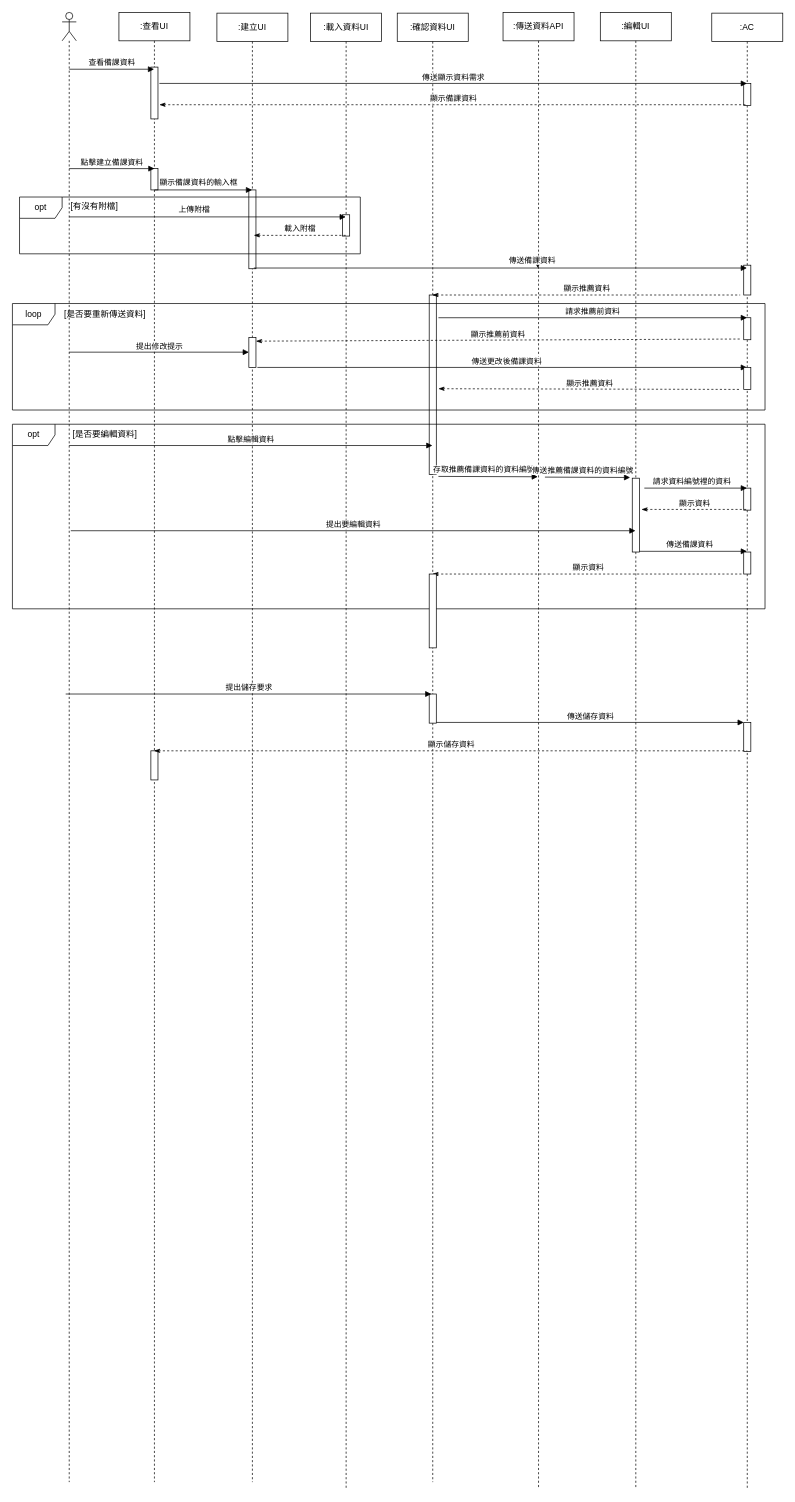
Before: 循序圖(建立備課資料-UI)-new.drawio in Kevincheng0804/System-analysis, a draw.io diagram. Source tidied: cells renumbered, new cells numbered last; positions are measured from the earlier drawing's top-left corner, leaving out a move shared by most shapes. Both pictures are drawn from the tidied source at 71%, with x=0, y=0 at pixel (12, 12).
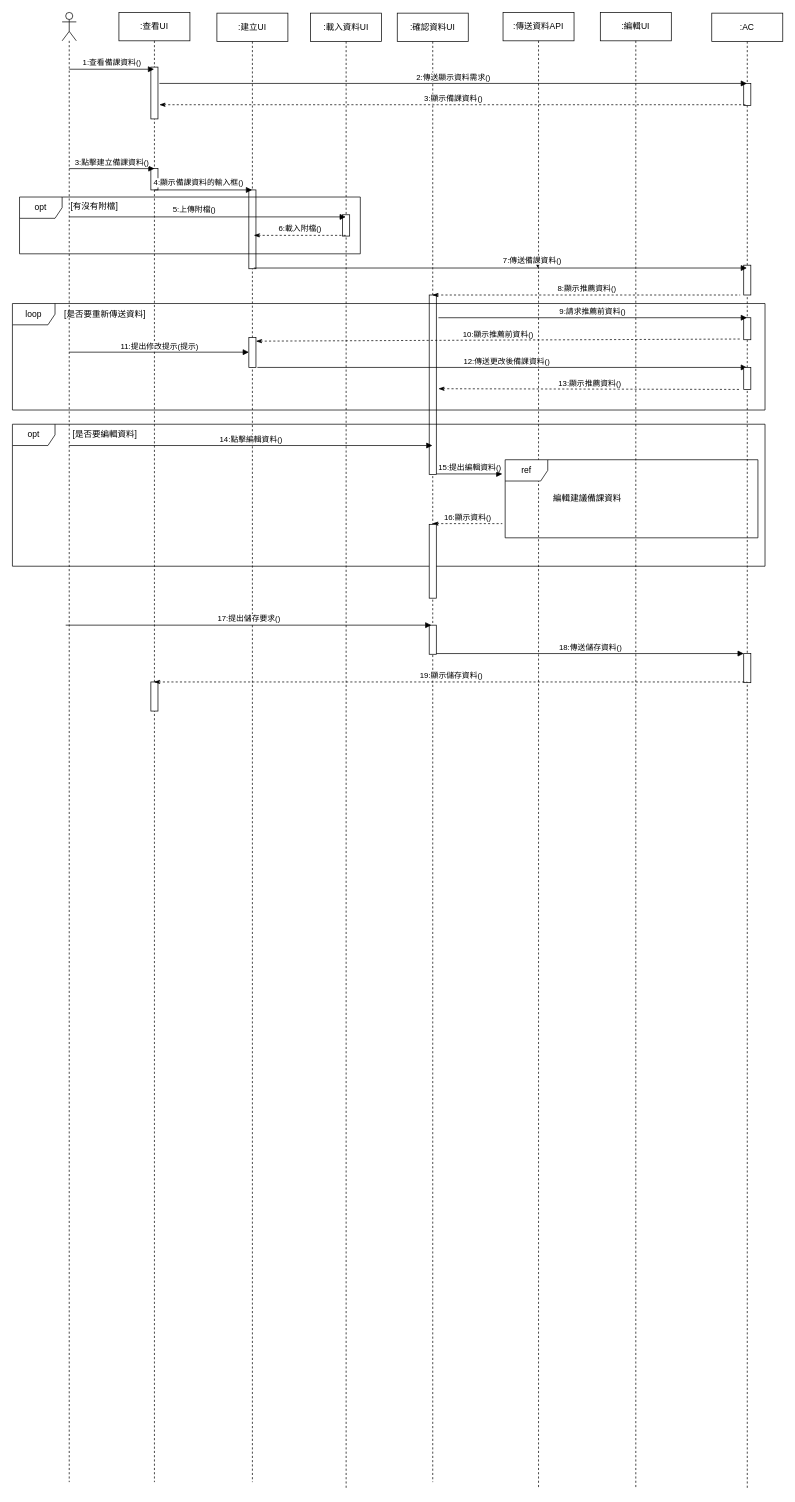
After the change.

Commit message (it also covers changes not shown here):
更新循序圖(建立備課資料-UI)-new.drawio

Unchanged cells that the change refers to:
```xml
<mxCell id="3" value=":查看UI" style="shape=umlLifeline;perimeter=lifelinePerimeter;whiteSpace=wrap;html=1;outlineConnect=0;portConstraint=eastwest;newEdgeStyle={&quot;curved&quot;:0,&quot;rounded&quot;:0};" parent="1" vertex="1">
  <mxGeometry x="150" width="100" height="2070" as="geometry" />
</mxCell>
<mxCell id="9" value=":確認資料UI" style="shape=umlLifeline;perimeter=lifelinePerimeter;whiteSpace=wrap;html=1;outlineConnect=0;portConstraint=eastwest;newEdgeStyle={&quot;curved&quot;:0,&quot;rounded&quot;:0};" parent="1" vertex="1">
  <mxGeometry x="542" y="1" width="100" height="2069" as="geometry" />
</mxCell>
<mxCell id="12" value=":編輯UI" style="shape=umlLifeline;perimeter=lifelinePerimeter;whiteSpace=wrap;html=1;outlineConnect=0;portConstraint=eastwest;newEdgeStyle={&quot;curved&quot;:0,&quot;rounded&quot;:0};" parent="1" vertex="1">
  <mxGeometry x="828" width="100" height="2080" as="geometry" />
</mxCell>
<mxCell id="15" value=":AC" style="shape=umlLifeline;perimeter=lifelinePerimeter;whiteSpace=wrap;html=1;outlineConnect=0;portConstraint=eastwest;newEdgeStyle={&quot;curved&quot;:0,&quot;rounded&quot;:0};" parent="1" vertex="1">
  <mxGeometry x="985" y="1" width="100" height="2079" as="geometry" />
</mxCell>
<mxCell id="25" style="html=1;verticalAlign=bottom;endArrow=block;curved=0;rounded=0;" parent="1" edge="1">
  <mxGeometry relative="1" as="geometry">
    <mxPoint x="200" y="250" as="sourcePoint" />
    <mxPoint x="337.5" y="250" as="targetPoint" />
  </mxGeometry>
</mxCell>
<mxCell id="31" value="&lt;div&gt;&lt;br&gt;&lt;/div&gt;&lt;div&gt;&lt;br&gt;&lt;/div&gt;" style="html=1;verticalAlign=bottom;endArrow=block;curved=0;rounded=0;" parent="1" edge="1" target="27">
  <mxGeometry relative="1" as="geometry">
    <mxPoint x="80" y="288" as="sourcePoint" />
  </mxGeometry>
</mxCell>
<mxCell id="34" style="html=1;verticalAlign=bottom;endArrow=block;curved=0;rounded=0;" parent="1" edge="1">
  <mxGeometry relative="1" as="geometry">
    <mxPoint x="740" y="356" as="sourcePoint" />
    <mxPoint x="740" y="360" as="targetPoint" />
  </mxGeometry>
</mxCell>
<mxCell id="40" style="html=1;points=[[0,0,0,0,5],[0,1,0,0,-5],[1,0,0,0,5],[1,1,0,0,-5]];perimeter=orthogonalPerimeter;outlineConnect=0;targetShapes=umlLifeline;portConstraint=eastwest;newEdgeStyle={&quot;curved&quot;:0,&quot;rounded&quot;:0};" parent="1" vertex="1">
  <mxGeometry x="333" y="458" width="10" height="42" as="geometry" />
</mxCell>
<mxCell id="41" style="html=1;verticalAlign=bottom;endArrow=block;curved=0;rounded=0;" parent="1" edge="1" target="15">
  <mxGeometry relative="1" as="geometry">
    <mxPoint x="345" y="500" as="sourcePoint" />
  </mxGeometry>
</mxCell>
```

Diff of the diagram source:
```diff
@@
     <mxCell id="6" style="html=1;perimeter=orthogonalPerimeter;targetShapes=umlLifeline;newEdgeStyle={&quot;curved&quot;:0,&quot;rounded&quot;:0};" parent="3" vertex="1">
-      <mxGeometry x="45" y="1040" width="10" height="41" as="geometry" />
+      <mxGeometry x="45" y="943" width="10" height="41" as="geometry" />
     </mxCell>
@@
     <mxCell id="11" style="html=1;perimeter=orthogonalPerimeter;targetShapes=umlLifeline;newEdgeStyle={&quot;curved&quot;:0,&quot;rounded&quot;:0};" parent="9" vertex="1">
-      <mxGeometry x="45" y="959" width="10" height="41" as="geometry" />
+      <mxGeometry x="45" y="862" width="10" height="41" as="geometry" />
     </mxCell>
@@
-    <mxCell id="13" style="html=1;perimeter=orthogonalPerimeter;targetShapes=umlLifeline;newEdgeStyle={&quot;curved&quot;:0,&quot;rounded&quot;:0};" parent="12" vertex="1">
-      <mxGeometry x="45" y="656" width="10" height="104" as="geometry" />
-    </mxCell>
@@
-    <mxCell id="19" style="html=1;perimeter=orthogonalPerimeter;targetShapes=umlLifeline;newEdgeStyle={&quot;curved&quot;:0,&quot;rounded&quot;:0};" parent="15" vertex="1">
-      <mxGeometry x="45" y="669" width="10" height="31" as="geometry" />
-    </mxCell>
     <mxCell id="20" style="html=1;perimeter=orthogonalPerimeter;targetShapes=umlLifeline;newEdgeStyle={&quot;curved&quot;:0,&quot;rounded&quot;:0};" parent="15" vertex="1">
-      <mxGeometry x="45" y="999" width="10" height="41" as="geometry" />
+      <mxGeometry x="45" y="902" width="10" height="41" as="geometry" />
     </mxCell>
-    <mxCell id="21" value="查看備課資料" style="html=1;verticalAlign=bottom;endArrow=block;curved=0;rounded=0;" parent="1" edge="1" target="3">
+    <mxCell id="21" value="1:查看備課資料()" style="html=1;verticalAlign=bottom;endArrow=block;curved=0;rounded=0;" parent="1" edge="1" target="3">
       <mxGeometry relative="1" as="geometry">
         <mxPoint x="80" y="80" as="sourcePoint" />
       </mxGeometry>
     </mxCell>
-    <mxCell id="22" value="傳送顯示資料需求" style="html=1;verticalAlign=bottom;endArrow=block;curved=0;rounded=0;" parent="1" edge="1" target="15">
+    <mxCell id="22" value="2:傳送顯示資料需求()" style="html=1;verticalAlign=bottom;endArrow=block;curved=0;rounded=0;" parent="1" edge="1" target="15">
       <mxGeometry relative="1" as="geometry">
         <mxPoint x="207" y="100" as="sourcePoint" />
       </mxGeometry>
     </mxCell>
-    <mxCell id="23" value="顯示備課資料" style="html=1;verticalAlign=bottom;endArrow=none;curved=0;rounded=0;startArrow=classicThin;startFill=1;endFill=0;dashed=1;" parent="1" edge="1" target="15">
+    <mxCell id="23" value="3:顯示備課資料()" style="html=1;verticalAlign=bottom;endArrow=none;curved=0;rounded=0;startArrow=classicThin;startFill=1;endFill=0;dashed=1;" parent="1" edge="1" target="15">
       <mxGeometry relative="1" as="geometry">
         <mxPoint x="207" y="130" as="sourcePoint" />
       </mxGeometry>
     </mxCell>
-    <mxCell id="24" value="點擊建立備課資料" style="html=1;verticalAlign=bottom;endArrow=block;curved=0;rounded=0;" parent="1" edge="1">
+    <mxCell id="24" value="3:點擊建立備課資料()" style="html=1;verticalAlign=bottom;endArrow=block;curved=0;rounded=0;" parent="1" edge="1">
       <mxGeometry relative="1" as="geometry">
         <mxPoint x="80" y="220" as="sourcePoint" />
         <mxPoint x="200" y="220" as="targetPoint" />
       </mxGeometry>
     </mxCell>
@@
-    <mxCell id="26" value="顯示備課資料的輸入框" style="edgeLabel;html=1;align=center;verticalAlign=middle;" parent="25" vertex="1">
+    <mxCell id="26" value="4:顯示備課資料的輸入框()" style="edgeLabel;html=1;align=center;verticalAlign=middle;" parent="25" vertex="1">
       <mxGeometry x="-0.24" y="1" relative="1" as="geometry">
         <mxPoint x="9" y="-10" as="offset" />
       </mxGeometry>
     </mxCell>
@@
-    <mxCell id="32" value="上傳附檔" style="edgeLabel;html=1;align=center;verticalAlign=middle;" parent="31" vertex="1">
+    <mxCell id="32" value="5:上傳附檔()" style="edgeLabel;html=1;align=center;verticalAlign=middle;" parent="31" vertex="1">
       <mxGeometry x="-0.1" y="3" relative="1" as="geometry">
         <mxPoint y="-8" as="offset" />
       </mxGeometry>
     </mxCell>
-    <mxCell id="33" value="載入附檔" style="html=1;verticalAlign=bottom;endArrow=none;curved=0;rounded=0;startArrow=classicThin;startFill=1;endFill=0;dashed=1;" parent="1" edge="1">
+    <mxCell id="33" value="6:載入附檔()" style="html=1;verticalAlign=bottom;endArrow=none;curved=0;rounded=0;startArrow=classicThin;startFill=1;endFill=0;dashed=1;" parent="1" edge="1">
       <mxGeometry relative="1" as="geometry">
         <mxPoint x="340" y="314" as="sourcePoint" />
         <mxPoint x="470" y="314" as="targetPoint" />
       </mxGeometry>
     </mxCell>
@@
-    <mxCell id="35" value="傳送備課資料" style="edgeLabel;html=1;align=center;verticalAlign=middle;" parent="34" vertex="1">
+    <mxCell id="35" value="7:傳送備課資料()" style="edgeLabel;html=1;align=center;verticalAlign=middle;" parent="34" vertex="1">
       <mxGeometry x="0.04" relative="1" as="geometry">
         <mxPoint x="-9" y="-10" as="offset" />
       </mxGeometry>
     </mxCell>
-    <mxCell id="36" value="顯示推薦資料" style="html=1;verticalAlign=bottom;endArrow=none;curved=0;rounded=0;startArrow=classicThin;startFill=1;endFill=0;dashed=1;" parent="1" edge="1" source="9">
+    <mxCell id="36" value="8:顯示推薦資料()" style="html=1;verticalAlign=bottom;endArrow=none;curved=0;rounded=0;startArrow=classicThin;startFill=1;endFill=0;dashed=1;" parent="1" edge="1" source="9">
       <mxGeometry relative="1" as="geometry">
         <mxPoint x="1025" y="398" as="targetPoint" />
       </mxGeometry>
     </mxCell>
@@
-    <mxCell id="38" value="請求推薦前資料" style="html=1;verticalAlign=bottom;endArrow=block;curved=0;rounded=0;" parent="1" edge="1" target="15">
+    <mxCell id="38" value="9:請求推薦前資料()" style="html=1;verticalAlign=bottom;endArrow=block;curved=0;rounded=0;" parent="1" edge="1" target="15">
       <mxGeometry relative="1" as="geometry">
         <mxPoint x="600" y="430" as="sourcePoint" />
       </mxGeometry>
     </mxCell>
-    <mxCell id="39" value="顯示推薦前資料" style="html=1;verticalAlign=bottom;endArrow=none;curved=0;rounded=0;startArrow=classicThin;startFill=1;endFill=0;dashed=1;exitX=1;exitY=0;exitDx=0;exitDy=5;exitPerimeter=0;" parent="1" edge="1" source="40">
+    <mxCell id="39" value="10:顯示推薦前資料()" style="html=1;verticalAlign=bottom;endArrow=none;curved=0;rounded=0;startArrow=classicThin;startFill=1;endFill=0;dashed=1;exitX=1;exitY=0;exitDx=0;exitDy=5;exitPerimeter=0;" parent="1" edge="1" source="40">
       <mxGeometry relative="1" as="geometry">
         <mxPoint x="1025.5" y="460" as="targetPoint" />
       </mxGeometry>
     </mxCell>
@@
-    <mxCell id="42" value="傳送更改後備課資料" style="edgeLabel;html=1;align=center;verticalAlign=middle;" parent="41" vertex="1">
+    <mxCell id="42" value="12:傳送更改後備課資料()" style="edgeLabel;html=1;align=center;verticalAlign=middle;" parent="41" vertex="1">
       <mxGeometry x="0.04" relative="1" as="geometry">
         <mxPoint x="-9" y="-10" as="offset" />
       </mxGeometry>
     </mxCell>
@@
-    <mxCell id="44" value="提出修改提示" style="html=1;verticalAlign=bottom;endArrow=block;curved=0;rounded=0;" parent="1" edge="1" target="40">
+    <mxCell id="44" value="11:提出修改提示(提示)" style="html=1;verticalAlign=bottom;endArrow=block;curved=0;rounded=0;" parent="1" edge="1" target="40">
       <mxGeometry relative="1" as="geometry">
         <mxPoint x="80" y="478.5" as="sourcePoint" />
       </mxGeometry>
     </mxCell>
@@
-    <mxCell id="46" value="顯示推薦資料" style="html=1;verticalAlign=bottom;endArrow=none;curved=0;rounded=0;startArrow=classicThin;startFill=1;endFill=0;dashed=1;" parent="1" edge="1">
+    <mxCell id="46" value="13:顯示推薦資料()" style="html=1;verticalAlign=bottom;endArrow=none;curved=0;rounded=0;startArrow=classicThin;startFill=1;endFill=0;dashed=1;" parent="1" edge="1">
       <mxGeometry relative="1" as="geometry">
         <mxPoint x="600" y="530" as="sourcePoint" />
         <mxPoint x="1025.5" y="531" as="targetPoint" />
       </mxGeometry>
     </mxCell>
     <mxCell id="47" value="opt" style="shape=umlFrame;whiteSpace=wrap;html=1;" parent="1" vertex="1">
-      <mxGeometry y="580" width="1060" height="260" as="geometry" />
+      <mxGeometry y="580" width="1060" height="200" as="geometry" />
     </mxCell>
@@
-    <mxCell id="49" style="html=1;verticalAlign=bottom;endArrow=block;curved=0;rounded=0;" parent="1" edge="1">
-      <mxGeometry relative="1" as="geometry">
-        <mxPoint x="600" y="653.5" as="sourcePoint" />
-        <mxPoint x="740" y="654" as="targetPoint" />
-      </mxGeometry>
-    </mxCell>
-    <mxCell id="50" value="存取推薦備課資料的資料編號" style="edgeLabel;html=1;align=center;verticalAlign=middle;" parent="49" vertex="1">
-      <mxGeometry x="0.04" relative="1" as="geometry">
-        <mxPoint x="-9" y="-10" as="offset" />
-      </mxGeometry>
-    </mxCell>
@@
-    <mxCell id="52" value="點擊編輯資料" style="html=1;verticalAlign=bottom;endArrow=block;curved=0;rounded=0;" parent="1" edge="1">
+    <mxCell id="52" value="14:點擊編輯資料()" style="html=1;verticalAlign=bottom;endArrow=block;curved=0;rounded=0;" parent="1" edge="1">
       <mxGeometry relative="1" as="geometry">
         <mxPoint x="80" y="610" as="sourcePoint" />
         <mxPoint x="591.5" y="610" as="targetPoint" />
       </mxGeometry>
     </mxCell>
-    <mxCell id="53" style="html=1;verticalAlign=bottom;endArrow=block;curved=0;rounded=0;" parent="1" edge="1">
-      <mxGeometry relative="1" as="geometry">
-        <mxPoint x="750" y="654.5" as="sourcePoint" />
-        <mxPoint x="870" y="655" as="targetPoint" />
-      </mxGeometry>
-    </mxCell>
-    <mxCell id="54" value="傳送推薦備課資料的資料編號" style="edgeLabel;html=1;align=center;verticalAlign=middle;" parent="53" vertex="1">
-      <mxGeometry x="0.04" relative="1" as="geometry">
-        <mxPoint x="-9" y="-10" as="offset" />
-      </mxGeometry>
-    </mxCell>
-    <mxCell id="55" style="html=1;verticalAlign=bottom;endArrow=block;curved=0;rounded=0;" parent="1" edge="1" target="15">
-      <mxGeometry relative="1" as="geometry">
-        <mxPoint x="890" y="670" as="sourcePoint" />
-      </mxGeometry>
-    </mxCell>
-    <mxCell id="56" value="請求資料編號裡的資料" style="edgeLabel;html=1;align=center;verticalAlign=middle;" parent="55" vertex="1">
-      <mxGeometry x="0.04" relative="1" as="geometry">
-        <mxPoint x="-9" y="-10" as="offset" />
-      </mxGeometry>
-    </mxCell>
-    <mxCell id="57" value="顯示資料" style="html=1;verticalAlign=bottom;endArrow=none;curved=0;rounded=0;startArrow=classicThin;startFill=1;endFill=0;dashed=1;" parent="1" edge="1">
-      <mxGeometry relative="1" as="geometry">
-        <mxPoint x="886" y="700" as="sourcePoint" />
-        <mxPoint x="1036" y="700" as="targetPoint" />
-      </mxGeometry>
-    </mxCell>
-    <mxCell id="58" value="提出要編輯資料" style="html=1;verticalAlign=bottom;endArrow=block;curved=0;rounded=0;" parent="1" edge="1" target="12">
-      <mxGeometry relative="1" as="geometry">
-        <mxPoint x="82.2" y="730" as="sourcePoint" />
-      </mxGeometry>
-    </mxCell>
-    <mxCell id="59" style="html=1;verticalAlign=bottom;endArrow=block;curved=0;rounded=0;" parent="1" edge="1" target="15">
-      <mxGeometry relative="1" as="geometry">
-        <mxPoint x="883" y="759" as="sourcePoint" />
-      </mxGeometry>
-    </mxCell>
-    <mxCell id="60" value="傳送備課資料" style="edgeLabel;html=1;align=center;verticalAlign=middle;" parent="59" vertex="1">
-      <mxGeometry x="0.04" relative="1" as="geometry">
-        <mxPoint x="-9" y="-10" as="offset" />
-      </mxGeometry>
-    </mxCell>
-    <mxCell id="61" style="html=1;perimeter=orthogonalPerimeter;targetShapes=umlLifeline;newEdgeStyle={&quot;curved&quot;:0,&quot;rounded&quot;:0};" parent="1" vertex="1">
-      <mxGeometry x="1030" y="760" width="10" height="31" as="geometry" />
-    </mxCell>
-    <mxCell id="62" value="顯示資料" style="html=1;verticalAlign=bottom;endArrow=none;curved=0;rounded=0;startArrow=classicThin;startFill=1;endFill=0;dashed=1;" parent="1" edge="1" source="9">
+    <mxCell id="62" value="16:顯示資料()" style="html=1;verticalAlign=bottom;endArrow=none;curved=0;rounded=0;startArrow=classicThin;startFill=1;endFill=0;dashed=1;" parent="1" edge="1">
       <mxGeometry relative="1" as="geometry">
-        <mxPoint x="1030" y="791" as="targetPoint" />
+        <mxPoint x="591.5" y="720" as="sourcePoint" />
+        <mxPoint x="690" y="720" as="targetPoint" />
       </mxGeometry>
     </mxCell>
     <mxCell id="63" style="html=1;perimeter=orthogonalPerimeter;targetShapes=umlLifeline;newEdgeStyle={&quot;curved&quot;:0,&quot;rounded&quot;:0};" parent="1" vertex="1">
-      <mxGeometry x="587" y="791" width="10" height="104" as="geometry" />
+      <mxGeometry x="587" y="721" width="10" height="104" as="geometry" />
     </mxCell>
-    <mxCell id="64" value="提出儲存要求" style="html=1;verticalAlign=bottom;endArrow=block;curved=0;rounded=0;" parent="1" edge="1">
+    <mxCell id="64" value="17:提出儲存要求()" style="html=1;verticalAlign=bottom;endArrow=block;curved=0;rounded=0;" parent="1" edge="1">
       <mxGeometry relative="1" as="geometry">
-        <mxPoint x="75" y="960" as="sourcePoint" />
-        <mxPoint x="590" y="960" as="targetPoint" />
+        <mxPoint x="75" y="863" as="sourcePoint" />
+        <mxPoint x="590" y="863" as="targetPoint" />
       </mxGeometry>
     </mxCell>
-    <mxCell id="65" value="傳送儲存資料" style="html=1;verticalAlign=bottom;endArrow=block;curved=0;rounded=0;" parent="1" edge="1">
+    <mxCell id="65" value="18:傳送儲存資料()" style="html=1;verticalAlign=bottom;endArrow=block;curved=0;rounded=0;" parent="1" edge="1">
       <mxGeometry relative="1" as="geometry">
-        <mxPoint x="597" y="1000" as="sourcePoint" />
-        <mxPoint x="1030" y="1000" as="targetPoint" />
+        <mxPoint x="597" y="903" as="sourcePoint" />
+        <mxPoint x="1030" y="903" as="targetPoint" />
       </mxGeometry>
     </mxCell>
-    <mxCell id="66" value="顯示儲存資料" style="html=1;verticalAlign=bottom;endArrow=none;curved=0;rounded=0;startArrow=classicThin;startFill=1;endFill=0;dashed=1;" parent="1" edge="1" source="3">
+    <mxCell id="66" value="19:顯示儲存資料()" style="html=1;verticalAlign=bottom;endArrow=none;curved=0;rounded=0;startArrow=classicThin;startFill=1;endFill=0;dashed=1;" parent="1" edge="1">
       <mxGeometry relative="1" as="geometry">
-        <mxPoint x="1035" y="1040" as="targetPoint" />
+        <mxPoint x="199.5" y="943" as="sourcePoint" />
+        <mxPoint x="1035" y="943" as="targetPoint" />
       </mxGeometry>
     </mxCell>
+    <mxCell id="67" value="15:提出編輯資料()" style="html=1;verticalAlign=bottom;endArrow=block;curved=0;rounded=0;" parent="1" edge="1">
+      <mxGeometry relative="1" as="geometry">
+        <mxPoint x="597" y="650" as="sourcePoint" />
+        <mxPoint x="690" y="650" as="targetPoint" />
+      </mxGeometry>
+    </mxCell>
+    <mxCell id="68" value="ref" style="shape=umlFrame;whiteSpace=wrap;html=1;" parent="1" vertex="1">
+      <mxGeometry x="694" y="630" width="356" height="110" as="geometry" />
+    </mxCell>
+    <mxCell id="69" value="&lt;span style=&quot;color: rgb(0, 0, 0); font-family: Helvetica; font-size: 12px; font-style: normal; font-variant-ligatures: normal; font-variant-caps: normal; font-weight: 400; letter-spacing: normal; orphans: 2; text-align: center; text-indent: 0px; text-transform: none; widows: 2; word-spacing: 0px; -webkit-text-stroke-width: 0px; white-space: normal; background-color: rgb(251, 251, 251); text-decoration-thickness: initial; text-decoration-style: initial; text-decoration-color: initial; display: inline !important; float: none;&quot;&gt;編輯建議備課資料&lt;/span&gt;" style="text;whiteSpace=wrap;html=1;" parent="1" vertex="1">
+      <mxGeometry x="760" y="670" width="130" height="40" as="geometry" />
+    </mxCell>
```
